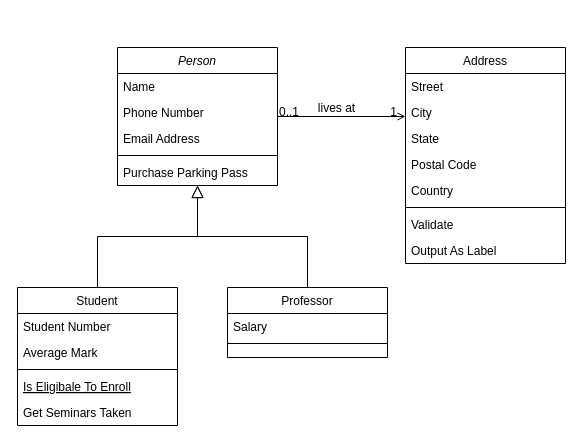
Before: Untitled Diagram.drawio in Zenquan/diagrams, a draw.io diagram. Source tidied: cells renumbered, new cells numbered last; positions are measured from the earlier drawing's top-left corner, leaving out a move shared by most shapes. Both pictures are drawn from the tidied source at 100%, with x=0, y=0 at pixel (17, 47).
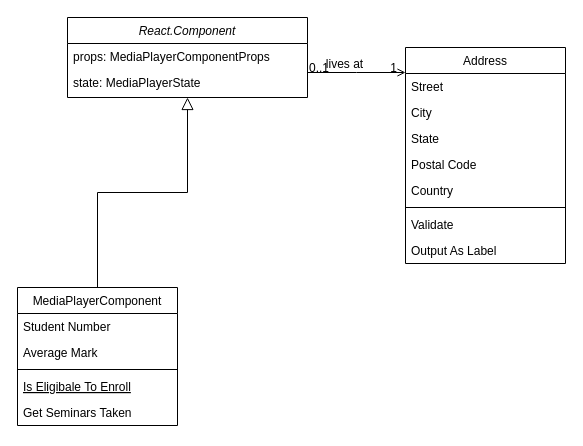
After the change.

Commit message:
zen-player

Change to the diagram source:
```diff
@@
-    <mxCell id="2" value="Person" style="swimlane;fontStyle=2;align=center;verticalAlign=top;horizontal=1;startSize=26;rounded=0;shadow=0;strokeWidth=1;" parent="1" vertex="1">
-      <mxGeometry x="100" width="160" height="138" as="geometry" />
-    </mxCell>
-    <mxCell id="3" value="Name" style="text;align=left;verticalAlign=top;spacingLeft=4;spacingRight=4;overflow=hidden;" parent="2" vertex="1">
-      <mxGeometry y="26" width="160" height="26" as="geometry" />
-    </mxCell>
-    <mxCell id="4" value="Phone Number" style="text;align=left;verticalAlign=top;spacingLeft=4;spacingRight=4;overflow=hidden;rounded=0;shadow=0;html=0;" parent="2" vertex="1">
-      <mxGeometry y="52" width="160" height="26" as="geometry" />
-    </mxCell>
-    <mxCell id="5" value="Email Address" style="text;align=left;verticalAlign=top;spacingLeft=4;spacingRight=4;overflow=hidden;rounded=0;shadow=0;html=0;" parent="2" vertex="1">
-      <mxGeometry y="78" width="160" height="26" as="geometry" />
-    </mxCell>
-    <mxCell id="6" style="line;html=1;strokeWidth=1;align=left;verticalAlign=middle;spacingTop=-1;spacingLeft=3;spacingRight=3;labelPosition=right;" parent="2" vertex="1">
-      <mxGeometry y="104" width="160" height="8" as="geometry" />
-    </mxCell>
-    <mxCell id="7" value="Purchase Parking Pass" style="text;align=left;verticalAlign=top;spacingLeft=4;spacingRight=4;overflow=hidden;" parent="2" vertex="1">
-      <mxGeometry y="112" width="160" height="26" as="geometry" />
-    </mxCell>
-    <mxCell id="8" value="Student" style="swimlane;fontStyle=0;align=center;verticalAlign=top;horizontal=1;startSize=26;rounded=0;shadow=0;strokeWidth=1;" parent="1" vertex="1">
+    <mxCell id="8" value="MediaPlayerComponent" style="swimlane;fontStyle=0;align=center;verticalAlign=top;horizontal=1;startSize=26;rounded=0;shadow=0;strokeWidth=1;" parent="1" vertex="1">
       <mxGeometry y="240" width="160" height="138" as="geometry" />
     </mxCell>
@@
-    <mxCell id="15" value="Professor" style="swimlane;fontStyle=0;align=center;verticalAlign=top;horizontal=1;startSize=26;rounded=0;shadow=0;strokeWidth=1;" parent="1" vertex="1">
-      <mxGeometry x="210" y="240" width="160" height="70" as="geometry" />
-    </mxCell>
-    <mxCell id="16" value="Salary" style="text;align=left;verticalAlign=top;spacingLeft=4;spacingRight=4;overflow=hidden;" parent="15" vertex="1">
-      <mxGeometry y="26" width="160" height="26" as="geometry" />
-    </mxCell>
-    <mxCell id="17" style="line;html=1;strokeWidth=1;align=left;verticalAlign=middle;spacingTop=-1;spacingLeft=3;spacingRight=3;labelPosition=right;" parent="15" vertex="1">
-      <mxGeometry y="52" width="160" height="8" as="geometry" />
-    </mxCell>
-    <mxCell id="18" style="endArrow=block;endSize=10;endFill=0;shadow=0;strokeWidth=1;rounded=0;edgeStyle=elbowEdgeStyle;elbow=vertical;" parent="1" edge="1" source="15" target="2">
-      <mxGeometry relative="1" as="geometry" />
-    </mxCell>
@@
+    <mxCell id="2" value="React.Component" style="swimlane;fontStyle=2;align=center;verticalAlign=top;horizontal=1;startSize=26;rounded=0;shadow=0;strokeWidth=1;" parent="1" vertex="1">
+      <mxGeometry x="50" y="-30" width="240" height="80" as="geometry" />
+    </mxCell>
+    <mxCell id="3" value="props: MediaPlayerComponentProps" style="text;align=left;verticalAlign=top;spacingLeft=4;spacingRight=4;overflow=hidden;" parent="2" vertex="1">
+      <mxGeometry y="26" width="240" height="26" as="geometry" />
+    </mxCell>
+    <mxCell id="4" value="state: MediaPlayerState" style="text;align=left;verticalAlign=top;spacingLeft=4;spacingRight=4;overflow=hidden;rounded=0;shadow=0;html=0;" parent="2" vertex="1">
+      <mxGeometry y="52" width="240" height="26" as="geometry" />
+    </mxCell>
```
